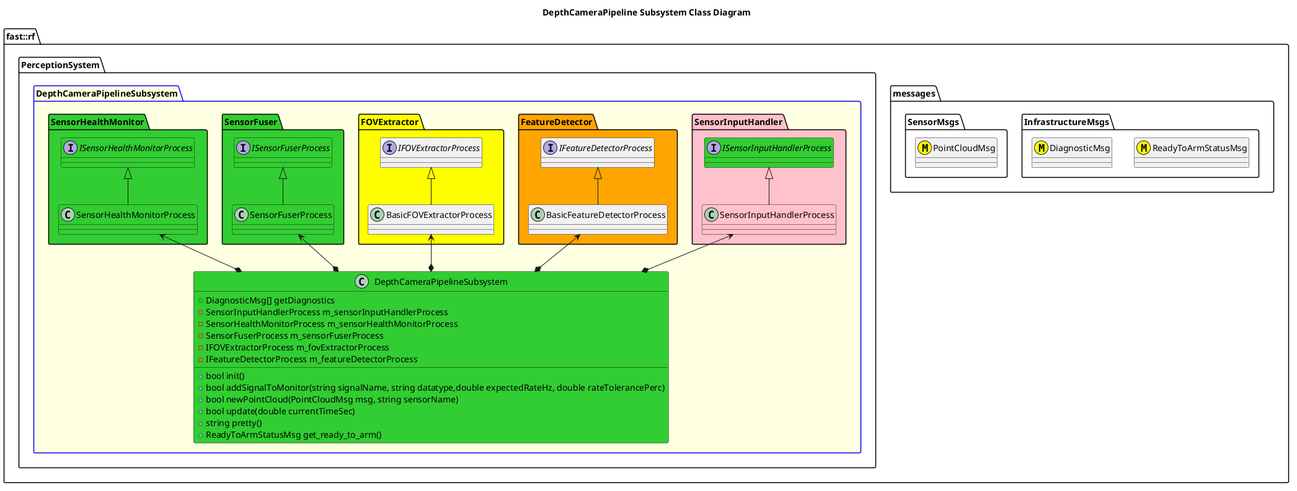
Earlier version of the PlantUML export Systems/Perception/Subsystems/DepthCameraPipeline/doc/puml/DepthCameraPipelineSubsystemClassDiagram.png (fastrobotics/robot_framework).
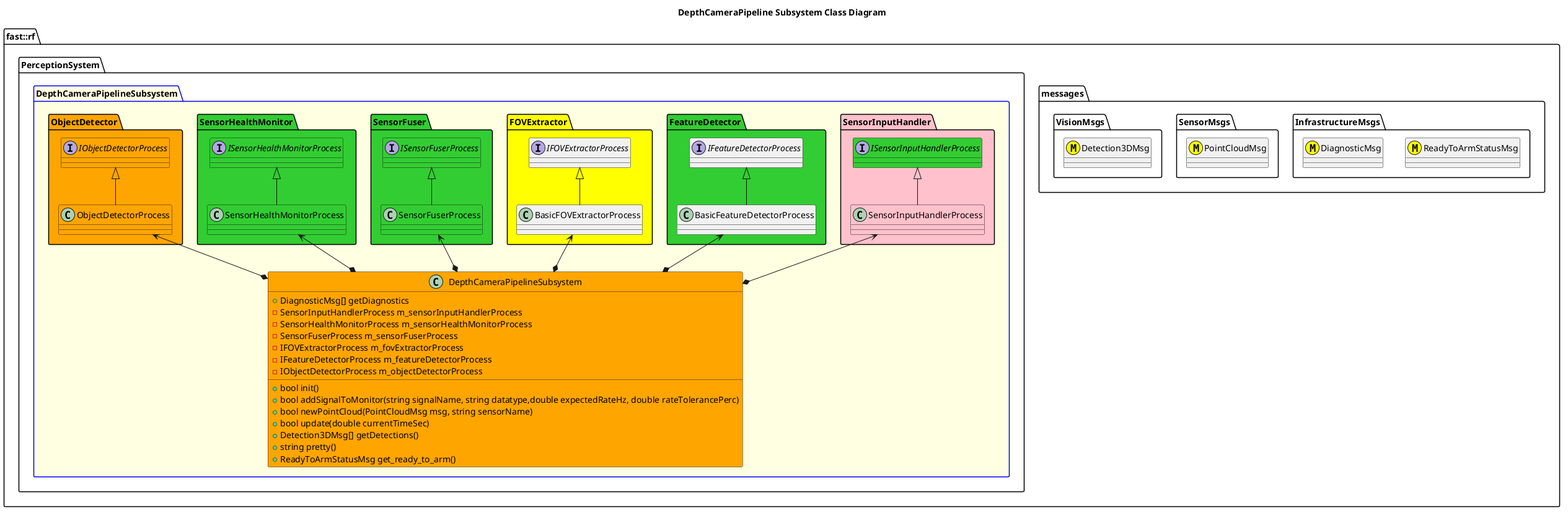
Later version of the same file.

Change to the diagram source:
```diff
@@ -9,6 +9,9 @@
     namespace SensorMsgs {
         class PointCloudMsg <<(M,#FFFF00)>>
     }
+    namespace VisionMsgs {
+        class Detection3DMsg <<(M,#FFFF00)>>
+    }
   }
   namespace PerceptionSystem {
     package DepthCameraPipelineSubsystem #LightYellow;line:blue {
@@ -18,7 +21,7 @@
             class SensorInputHandlerProcess #Pink
             SensorInputHandlerProcess -up-|> ISensorInputHandlerProcess
         }
-        namespace FeatureDetector #Orange {
+        namespace FeatureDetector #LimeGreen {
             interface IFeatureDetectorProcess
             class BasicFeatureDetectorProcess
             BasicFeatureDetectorProcess -up-|> IFeatureDetectorProcess
@@ -39,11 +42,17 @@
             SensorHealthMonitorProcess -up-|> ISensorHealthMonitorProcess
 
         }
-        class DepthCameraPipelineSubsystem #LimeGreen {
+        namespace ObjectDetector #Orange {
+            interface IObjectDetectorProcess #Orange
+            class ObjectDetectorProcess #Orange
+            ObjectDetectorProcess -up-|> IObjectDetectorProcess
+        }
+        class DepthCameraPipelineSubsystem #Orange {
             +bool init()
             +bool addSignalToMonitor(string signalName, string datatype,double expectedRateHz, double rateTolerancePerc)
             +bool newPointCloud(PointCloudMsg msg, string sensorName)
             +bool update(double currentTimeSec)
+            +Detection3DMsg[] getDetections()
             +string pretty()
             +ReadyToArmStatusMsg get_ready_to_arm()
             +DiagnosticMsg[] getDiagnostics
@@ -52,6 +61,7 @@
             -SensorFuserProcess m_sensorFuserProcess
             -IFOVExtractorProcess m_fovExtractorProcess
             -IFeatureDetectorProcess m_featureDetectorProcess
+            -IObjectDetectorProcess m_objectDetectorProcess
 
         }
         DepthCameraPipelineSubsystem *-up-> SensorInputHandlerProcess
@@ -59,6 +69,7 @@
         DepthCameraPipelineSubsystem *-up-> SensorFuserProcess
         DepthCameraPipelineSubsystem *-up-> BasicFOVExtractorProcess
         DepthCameraPipelineSubsystem *-up-> BasicFeatureDetectorProcess
+        DepthCameraPipelineSubsystem *-up-> ObjectDetectorProcess
     }
   }
 }
```
